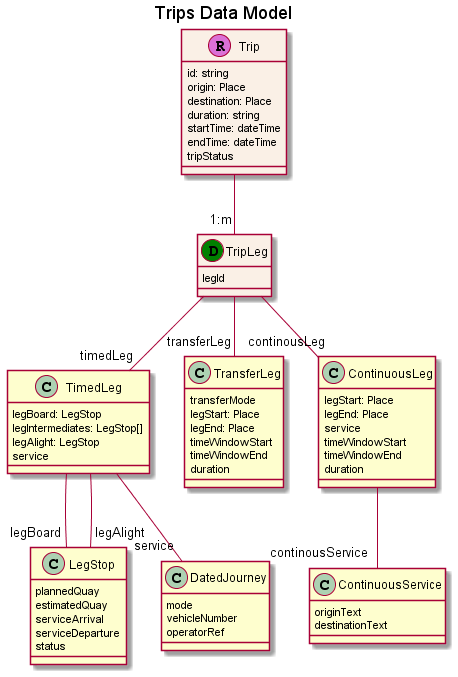
Above: images/models/trips.png in UnionInternationalCheminsdeFer/OSDM (PlantUML), before the change.
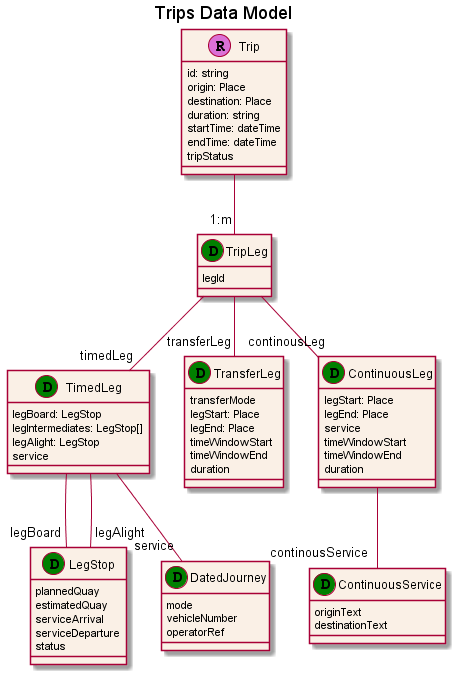
The same file after the commit.

The edit, as a diff of the source:
```diff
@@ -15,14 +15,14 @@
   legId
 }
 
-class TimedLeg {
+class TimedLeg <<D, Green>> #linen {
   legBoard: LegStop
   legIntermediates: LegStop[]
   legAlight: LegStop
   service
 }
 
-class LegStop {
+class LegStop <<D, Green>> #linen {
   plannedQuay
   estimatedQuay
   serviceArrival
@@ -30,13 +30,13 @@
   status
 }
 
-class DatedJourney {
+class DatedJourney <<D, Green>> #linen {
   mode
   vehicleNumber
   operatorRef
 }
 
-class TransferLeg {
+class TransferLeg <<D, Green>> #linen {
   transferMode
   legStart: Place
   legEnd: Place
@@ -45,7 +45,7 @@
   duration
 }
 
-class ContinuousLeg {
+class ContinuousLeg <<D, Green>> #linen {
   legStart: Place
   legEnd: Place
   service
@@ -54,7 +54,7 @@
   duration
 }
 
-class ContinuousService {
+class ContinuousService <<D, Green>> #linen {
   originText
   destinationText
 }
```
